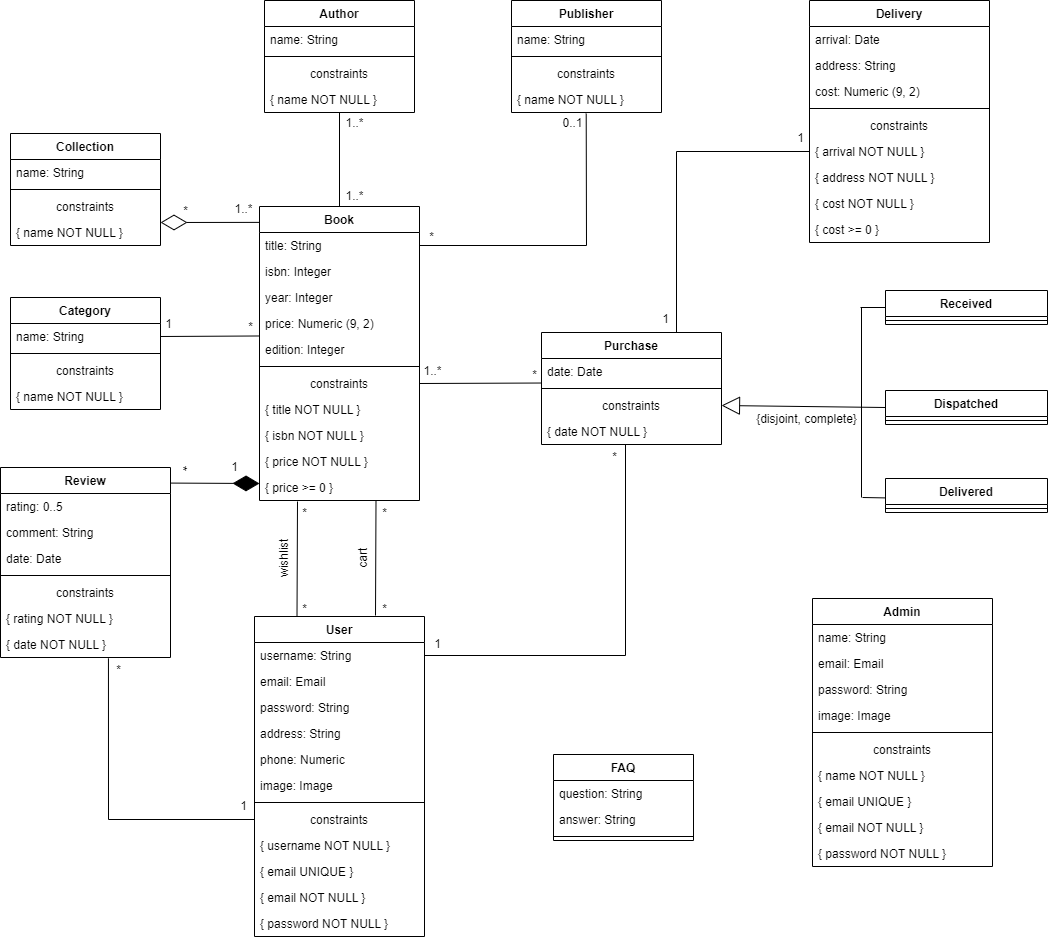
Earlier version of the draw.io export docs/images/UML.png (P1ntas/LBAW). Source tidied: cells renumbered, new cells last; positions are measured from the earlier drawing's top-left corner, leaving out a move shared by most shapes.
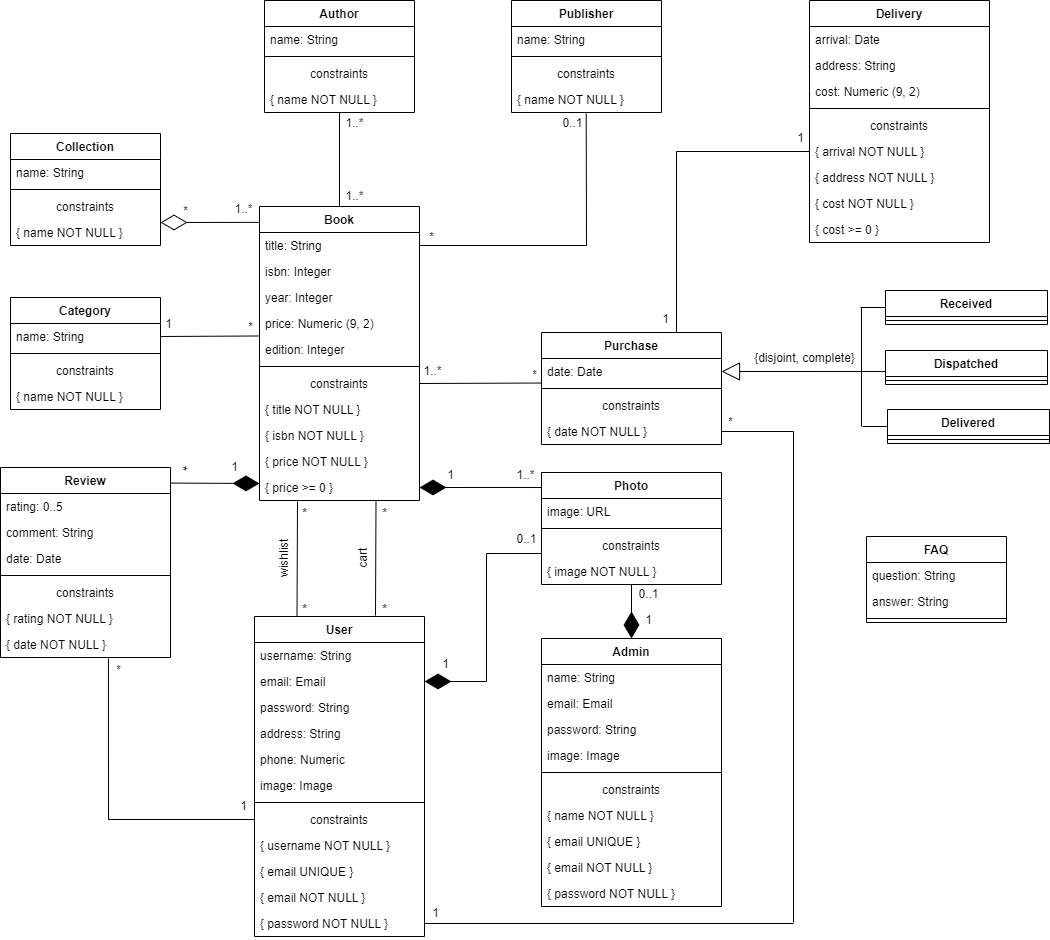
After the commit.

Change to the diagram source:
```diff
@@ -78,7 +78,7 @@
       <mxGeometry y="294" width="170" height="26" as="geometry" />
     </mxCell>
     <mxCell id="27" value="Admin" style="swimlane;fontStyle=1;align=center;verticalAlign=top;horizontal=1;startSize=26;" parent="1" vertex="1">
-      <mxGeometry x="812" y="598" width="180" height="268" as="geometry" />
+      <mxGeometry x="541" y="638" width="180" height="268" as="geometry" />
     </mxCell>
     <mxCell id="28" value="name: String" style="text;strokeColor=none;fillColor=none;align=left;verticalAlign=top;spacingLeft=4;spacingRight=4;overflow=hidden;" parent="27" vertex="1">
       <mxGeometry y="26" width="180" height="26" as="geometry" />
@@ -111,7 +111,7 @@
       <mxGeometry y="242" width="180" height="26" as="geometry" />
     </mxCell>
     <mxCell id="38" value="FAQ" style="swimlane;fontStyle=1;align=center;verticalAlign=top;horizontal=1;startSize=26;" parent="1" vertex="1">
-      <mxGeometry x="553" y="754" width="140" height="86" as="geometry" />
+      <mxGeometry x="866" y="536" width="140" height="86" as="geometry" />
     </mxCell>
     <mxCell id="39" value="question: String" style="text;strokeColor=none;fillColor=none;align=left;verticalAlign=top;spacingLeft=4;spacingRight=4;overflow=hidden;" parent="38" vertex="1">
       <mxGeometry y="26" width="140" height="26" as="geometry" />
@@ -228,13 +228,13 @@
       <mxGeometry y="26" width="162" height="8" as="geometry" />
     </mxCell>
     <mxCell id="77" value="Delivered" style="swimlane;fontStyle=1;align=center;verticalAlign=top;horizontal=1;startSize=26;" parent="1" vertex="1">
-      <mxGeometry x="885" y="478" width="162" height="34" as="geometry" />
+      <mxGeometry x="887" y="409" width="162" height="34" as="geometry" />
     </mxCell>
     <mxCell id="78" style="line;strokeWidth=1;fillColor=none;align=left;verticalAlign=middle;spacingTop=-1;spacingLeft=3;spacingRight=3;labelPosition=right;strokeColor=inherit;" parent="77" vertex="1">
       <mxGeometry y="26" width="162" height="8" as="geometry" />
     </mxCell>
     <mxCell id="79" value="Dispatched" style="swimlane;fontStyle=1;align=center;verticalAlign=top;horizontal=1;startSize=26;" parent="1" vertex="1">
-      <mxGeometry x="885" y="390" width="162" height="34" as="geometry" />
+      <mxGeometry x="885" y="350" width="162" height="34" as="geometry" />
     </mxCell>
     <mxCell id="80" style="line;strokeWidth=1;fillColor=none;align=left;verticalAlign=middle;spacingTop=-1;spacingLeft=3;spacingRight=3;labelPosition=right;strokeColor=inherit;" parent="79" vertex="1">
       <mxGeometry y="26" width="162" height="8" as="geometry" />
@@ -283,15 +283,7 @@
     <mxCell id="89" style="endArrow=none;html=1;rounded=0;exitX=1;exitY=0.5;exitDx=0;exitDy=0;entryX=0;entryY=0.943;entryDx=0;entryDy=0;entryPerimeter=0;" parent="1" edge="1" source="9" target="71">
       <mxGeometry relative="1" as="geometry" />
     </mxCell>
-    <mxCell id="90" style="endArrow=none;html=1;rounded=0;entryX=1;entryY=0.5;entryDx=0;entryDy=0;" parent="1" edge="1" target="15">
-      <mxGeometry relative="1" as="geometry">
-        <mxPoint x="625" y="444" as="sourcePoint" />
-        <Array as="points">
-          <mxPoint x="625" y="655" />
-        </Array>
-      </mxGeometry>
-    </mxCell>
-    <mxCell id="91" style="endArrow=block;endSize=16;endFill=0;html=1;rounded=0;entryX=1;entryY=0.5;entryDx=0;entryDy=0;exitX=0;exitY=0.5;exitDx=0;exitDy=0;" parent="1" edge="1" source="79" target="73">
+    <mxCell id="91" style="endArrow=block;endSize=16;endFill=0;html=1;rounded=0;entryX=1;entryY=0.5;entryDx=0;entryDy=0;exitX=0;exitY=0.618;exitDx=0;exitDy=0;exitPerimeter=0;" parent="1" edge="1" source="79" target="71">
       <mxGeometry x="-0.02" y="-9" relative="1" as="geometry" />
     </mxCell>
     <mxCell id="92" style="endArrow=none;html=1;rounded=0;exitX=0;exitY=0.5;exitDx=0;exitDy=0;" parent="1" edge="1" source="75">
@@ -299,15 +291,14 @@
         <mxPoint x="860" y="307" as="targetPoint" />
       </mxGeometry>
     </mxCell>
-    <mxCell id="93" style="endArrow=none;html=1;rounded=0;exitX=0;exitY=0.5;exitDx=0;exitDy=0;" parent="1" edge="1">
+    <mxCell id="93" style="endArrow=none;html=1;rounded=0;exitX=0;exitY=0.5;exitDx=0;exitDy=0;" parent="1" edge="1" source="77">
       <mxGeometry relative="1" as="geometry">
-        <mxPoint x="885" y="497.4" as="sourcePoint" />
-        <mxPoint x="862" y="497" as="targetPoint" />
+        <mxPoint x="862" y="426" as="targetPoint" />
       </mxGeometry>
     </mxCell>
     <mxCell id="94" style="endArrow=none;html=1;rounded=0;" parent="1" edge="1">
       <mxGeometry relative="1" as="geometry">
-        <mxPoint x="861" y="497" as="sourcePoint" />
+        <mxPoint x="861" y="426" as="sourcePoint" />
         <mxPoint x="861" y="307" as="targetPoint" />
       </mxGeometry>
     </mxCell>
@@ -341,12 +332,6 @@
     <mxCell id="104" value="*" style="text;html=1;align=center;verticalAlign=middle;strokeColor=none;fillColor=none;" parent="1" vertex="1">
       <mxGeometry x="522" y="362" width="23" height="26" as="geometry" />
     </mxCell>
-    <mxCell id="105" value="1" style="text;html=1;align=center;verticalAlign=middle;strokeColor=none;fillColor=none;" parent="1" vertex="1">
-      <mxGeometry x="424" y="631" width="25" height="26" as="geometry" />
-    </mxCell>
-    <mxCell id="106" value="*" style="text;html=1;align=center;verticalAlign=middle;strokeColor=none;fillColor=none;" parent="1" vertex="1">
-      <mxGeometry x="602" y="444" width="23" height="26" as="geometry" />
-    </mxCell>
     <mxCell id="107" value="*" style="text;html=1;align=center;verticalAlign=middle;strokeColor=none;fillColor=none;" parent="1" vertex="1">
       <mxGeometry x="106" y="657" width="23" height="26" as="geometry" />
     </mxCell>
@@ -378,7 +363,7 @@
       <mxGeometry x="372" y="500" width="23" height="26" as="geometry" />
     </mxCell>
     <mxCell id="117" value="{disjoint, complete}" style="text;html=1;align=center;verticalAlign=middle;strokeColor=none;fillColor=none;rotation=0;" parent="1" vertex="1">
-      <mxGeometry x="746" y="406" width="119" height="26" as="geometry" />
+      <mxGeometry x="744" y="345" width="119" height="26" as="geometry" />
     </mxCell>
     <mxCell id="118" value="Delivery" style="swimlane;fontStyle=1;align=center;verticalAlign=top;horizontal=1;startSize=26;" parent="1" vertex="1">
       <mxGeometry x="809" width="180" height="242" as="geometry" />
@@ -423,5 +408,72 @@
     <mxCell id="130" value="1" style="text;html=1;align=center;verticalAlign=middle;strokeColor=none;fillColor=none;" parent="1" vertex="1">
       <mxGeometry x="787" y="125" width="25" height="26" as="geometry" />
     </mxCell>
+    <mxCell id="131" value="Photo" style="swimlane;fontStyle=1;align=center;verticalAlign=top;horizontal=1;startSize=26;" parent="1" vertex="1">
+      <mxGeometry x="541" y="472" width="180" height="112" as="geometry" />
+    </mxCell>
+    <mxCell id="132" value="image: URL" style="text;strokeColor=none;fillColor=none;align=left;verticalAlign=top;spacingLeft=4;spacingRight=4;overflow=hidden;" parent="131" vertex="1">
+      <mxGeometry y="26" width="180" height="26" as="geometry" />
+    </mxCell>
+    <mxCell id="133" style="line;strokeWidth=1;fillColor=none;align=left;verticalAlign=middle;spacingTop=-1;spacingLeft=3;spacingRight=3;labelPosition=right;strokeColor=inherit;" parent="131" vertex="1">
+      <mxGeometry y="52" width="180" height="8" as="geometry" />
+    </mxCell>
+    <mxCell id="134" value="constraints" style="text;strokeColor=none;fillColor=none;align=center;verticalAlign=top;spacingLeft=4;spacingRight=4;overflow=hidden;" parent="131" vertex="1">
+      <mxGeometry y="60" width="180" height="26" as="geometry" />
+    </mxCell>
+    <mxCell id="135" value="{ image NOT NULL }" style="text;strokeColor=none;fillColor=none;align=left;verticalAlign=top;spacingLeft=4;spacingRight=4;overflow=hidden;points=[[0,0.5],[1,0.5]];portConstraint=eastwest;" parent="131" vertex="1">
+      <mxGeometry y="86" width="180" height="26" as="geometry" />
+    </mxCell>
+    <mxCell id="136" style="endArrow=diamondThin;endFill=1;endSize=24;html=1;rounded=0;entryX=1;entryY=0.5;entryDx=0;entryDy=0;exitX=0;exitY=0.134;exitDx=0;exitDy=0;exitPerimeter=0;" parent="1" edge="1" source="131" target="13">
+      <mxGeometry relative="1" as="geometry" />
+    </mxCell>
+    <mxCell id="137" value="1..*" style="text;html=1;align=center;verticalAlign=middle;strokeColor=none;fillColor=none;" parent="1" vertex="1">
+      <mxGeometry x="507" y="462" width="36" height="26" as="geometry" />
+    </mxCell>
+    <mxCell id="138" value="1" style="text;html=1;align=center;verticalAlign=middle;strokeColor=none;fillColor=none;" parent="1" vertex="1">
+      <mxGeometry x="437" y="462" width="25" height="26" as="geometry" />
+    </mxCell>
+    <mxCell id="139" style="endArrow=diamondThin;endFill=1;endSize=24;html=1;rounded=0;entryX=1;entryY=0.5;entryDx=0;entryDy=0;exitX=0;exitY=0.134;exitDx=0;exitDy=0;exitPerimeter=0;" parent="1" edge="1" target="16">
+      <mxGeometry relative="1" as="geometry">
+        <mxPoint x="541" y="553" as="sourcePoint" />
+        <Array as="points">
+          <mxPoint x="486" y="553" />
+          <mxPoint x="486" y="681" />
+        </Array>
+      </mxGeometry>
+    </mxCell>
+    <mxCell id="140" style="endArrow=diamondThin;endFill=1;endSize=24;html=1;rounded=0;entryX=0.5;entryY=0;entryDx=0;entryDy=0;exitX=0.5;exitY=1;exitDx=0;exitDy=0;exitPerimeter=0;" parent="1" edge="1" source="135" target="27">
+      <mxGeometry relative="1" as="geometry" />
+    </mxCell>
+    <mxCell id="141" value="0..1" style="text;html=1;align=center;verticalAlign=middle;strokeColor=none;fillColor=none;" parent="1" vertex="1">
+      <mxGeometry x="507" y="526" width="38" height="26" as="geometry" />
+    </mxCell>
+    <mxCell id="142" value="1" style="text;html=1;align=center;verticalAlign=middle;strokeColor=none;fillColor=none;" parent="1" vertex="1">
+      <mxGeometry x="432" y="651" width="25" height="26" as="geometry" />
+    </mxCell>
+    <mxCell id="143" value="0..1" style="text;html=1;align=center;verticalAlign=middle;strokeColor=none;fillColor=none;" parent="1" vertex="1">
+      <mxGeometry x="629" y="581" width="38" height="26" as="geometry" />
+    </mxCell>
+    <mxCell id="144" value="1" style="text;html=1;align=center;verticalAlign=middle;strokeColor=none;fillColor=none;" parent="1" vertex="1">
+      <mxGeometry x="635.5" y="607" width="25" height="26" as="geometry" />
+    </mxCell>
+    <mxCell id="145" style="endArrow=none;html=1;rounded=0;exitX=1;exitY=0.5;exitDx=0;exitDy=0;" parent="1" edge="1" source="74">
+      <mxGeometry relative="1" as="geometry">
+        <mxPoint x="793" y="922" as="targetPoint" />
+        <Array as="points">
+          <mxPoint x="793" y="431" />
+        </Array>
+      </mxGeometry>
+    </mxCell>
+    <mxCell id="146" style="endArrow=none;html=1;rounded=0;exitX=1;exitY=0.5;exitDx=0;exitDy=0;" parent="1" edge="1" source="26">
+      <mxGeometry relative="1" as="geometry">
+        <mxPoint x="793" y="923" as="targetPoint" />
+      </mxGeometry>
+    </mxCell>
+    <mxCell id="147" value="1" style="text;html=1;align=center;verticalAlign=middle;strokeColor=none;fillColor=none;" parent="1" vertex="1">
+      <mxGeometry x="422" y="900" width="25" height="26" as="geometry" />
+    </mxCell>
+    <mxCell id="106" value="*" style="text;html=1;align=center;verticalAlign=middle;strokeColor=none;fillColor=none;" parent="1" vertex="1">
+      <mxGeometry x="718" y="409" width="23" height="26" as="geometry" />
+    </mxCell>
   </root>
 </mxGraphModel>
```
